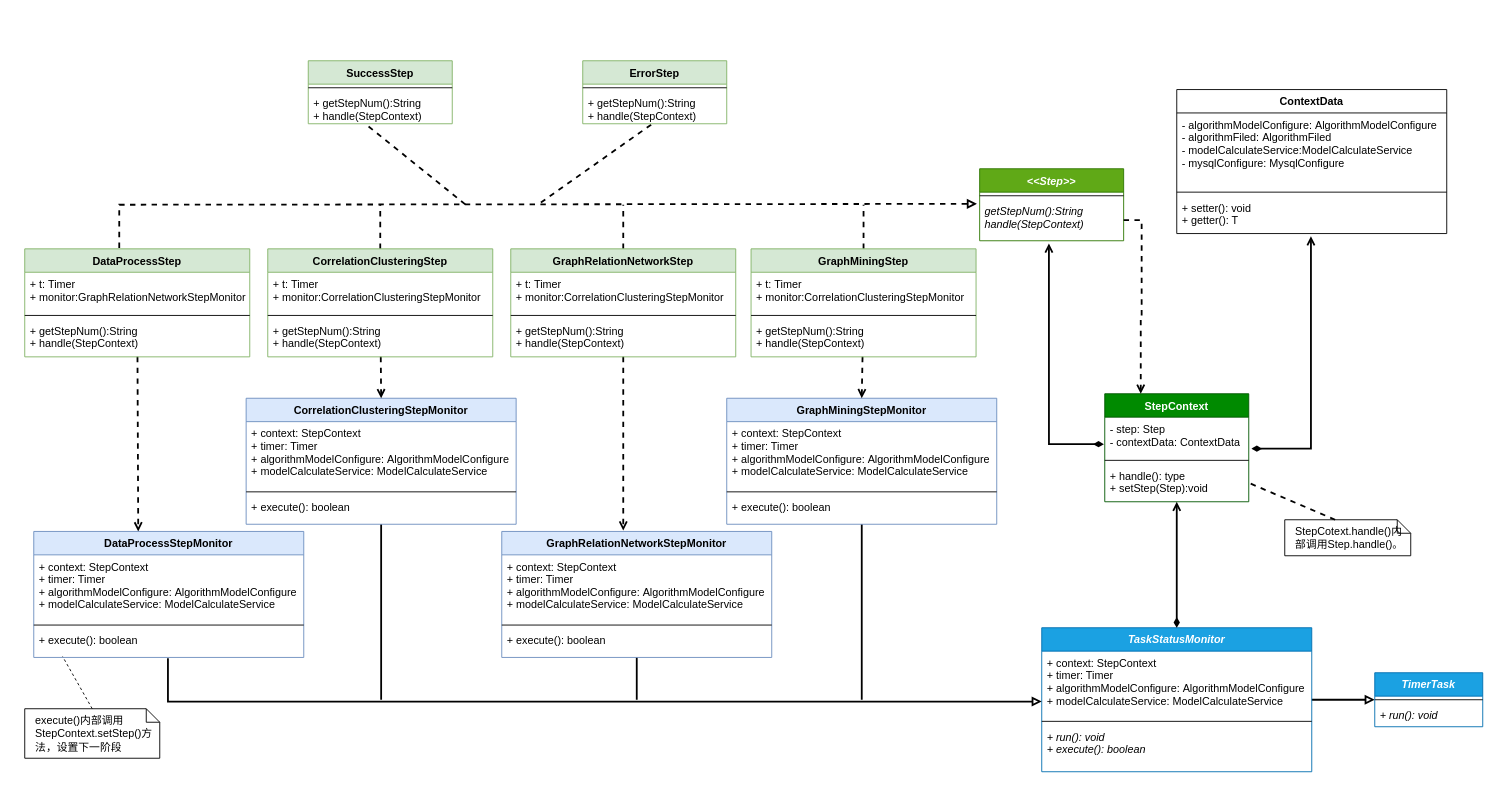
This is nevermore类图2.drawio from gumuqi/draw.io, a draw.io file, before an edit. Source tidied: cells renumbered, new cells numbered last; positions are measured from the earlier drawing's top-left corner, leaving out a move shared by most shapes. Both pictures are drawn from the tidied source at 90%, with x=0, y=0 at pixel (24, 60).
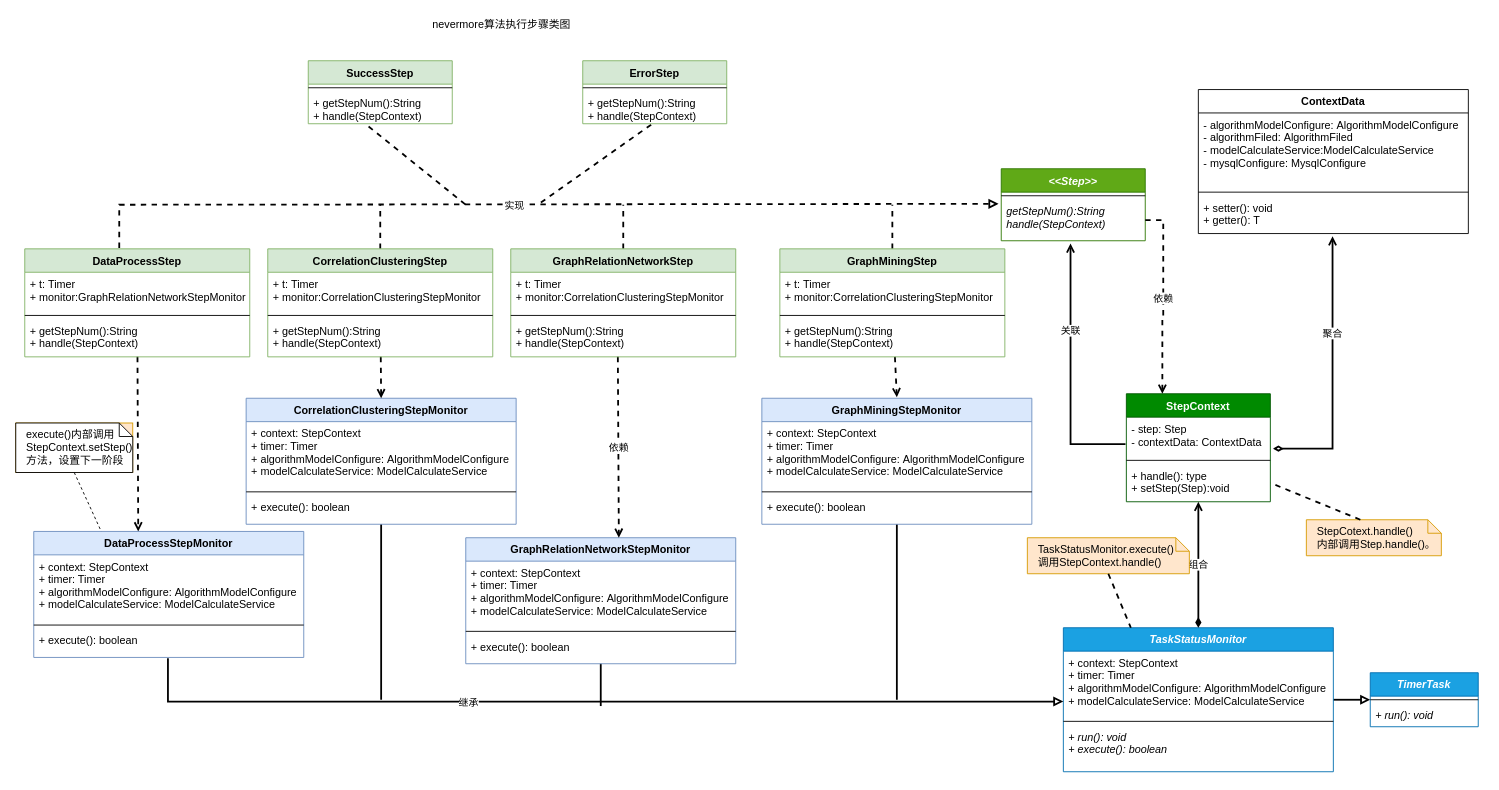
The same page after the edit.

The change refers to these unchanged cells:
```xml
<mxCell id="2" style="rounded=0;jettySize=auto;html=1;dashed=1;endArrow=block;endFill=0;strokeWidth=2;edgeStyle=orthogonalEdgeStyle;exitX=0.42;exitY=-0.008;exitDx=0;exitDy=0;exitPerimeter=0;entryX=-0.019;entryY=0.109;entryDx=0;entryDy=0;entryPerimeter=0;" parent="1" edge="1" source="38" target="18">
  <mxGeometry relative="1" as="geometry">
    <Array as="points">
      <mxPoint x="105" y="160" />
    </Array>
  </mxGeometry>
</mxCell>
<mxCell id="18" value="getStepNum():String&#10;handle(StepContext)" style="text;strokeColor=none;fillColor=none;align=left;verticalAlign=top;spacingLeft=4;spacingRight=4;overflow=hidden;points=[[0,0.5],[1,0.5]];portConstraint=eastwest;fontStyle=2;" parent="16" vertex="1">
  <mxGeometry y="34" width="160" height="46" as="geometry" />
</mxCell>
<mxCell id="20" value="- step: Step&#10;- contextData: ContextData" style="text;strokeColor=none;fillColor=none;align=left;verticalAlign=top;spacingLeft=4;spacingRight=4;overflow=hidden;points=[[0,0.5],[1,0.5]];portConstraint=eastwest;" parent="19" vertex="1">
  <mxGeometry y="26" width="160" height="44" as="geometry" />
</mxCell>
<mxCell id="22" value="+ handle(): type&#10;+ setStep(Step):void" style="text;strokeColor=none;fillColor=none;align=left;verticalAlign=top;spacingLeft=4;spacingRight=4;overflow=hidden;points=[[0,0.5],[1,0.5]];portConstraint=eastwest;" parent="19" vertex="1">
  <mxGeometry y="78" width="160" height="42" as="geometry" />
</mxCell>
<mxCell id="26" value="+ setter(): void&#10;+ getter(): T" style="text;strokeColor=none;fillColor=none;align=left;verticalAlign=top;spacingLeft=4;spacingRight=4;overflow=hidden;points=[[0,0.5],[1,0.5]];portConstraint=eastwest;" parent="23" vertex="1">
  <mxGeometry y="118" width="300" height="42" as="geometry" />
</mxCell>
<mxCell id="36" style="rounded=0;jettySize=auto;html=1;startArrow=none;startFill=0;endArrow=block;endFill=0;strokeWidth=2;exitX=0.497;exitY=1.031;exitDx=0;exitDy=0;exitPerimeter=0;entryX=0;entryY=0.757;entryDx=0;entryDy=0;entryPerimeter=0;edgeStyle=orthogonalEdgeStyle;" parent="1" edge="1" source="45" target="29">
  <mxGeometry relative="1" as="geometry" />
</mxCell>
<mxCell id="42" value="DataProcessStepMonitor" style="swimlane;fontStyle=1;align=center;verticalAlign=top;horizontal=1;startSize=26;fillColor=#dae8fc;strokeColor=#6c8ebf;" parent="1" vertex="1">
  <mxGeometry x="10" y="523" width="300" height="140" as="geometry" />
</mxCell>
<mxCell id="45" value="+ execute(): boolean" style="text;strokeColor=none;fillColor=none;align=left;verticalAlign=top;spacingLeft=4;spacingRight=4;overflow=hidden;points=[[0,0.5],[1,0.5]];portConstraint=eastwest;" parent="42" vertex="1">
  <mxGeometry y="108" width="300" height="32" as="geometry" />
</mxCell>
<mxCell id="67" value="GraphRelationNetworkStep" style="swimlane;fontStyle=1;align=center;verticalAlign=top;horizontal=1;startSize=26;fillColor=#d5e8d4;strokeColor=#82b366;" parent="1" vertex="1">
  <mxGeometry x="540" y="209" width="250" height="120" as="geometry" />
</mxCell>
<mxCell id="70" value="+ getStepNum():String&#10;+ handle(StepContext)" style="text;strokeColor=none;fillColor=none;align=left;verticalAlign=top;spacingLeft=4;spacingRight=4;overflow=hidden;points=[[0,0.5],[1,0.5]];portConstraint=eastwest;" parent="67" vertex="1">
  <mxGeometry y="78" width="250" height="42" as="geometry" />
</mxCell>
```

The edit, as a diff of the source:
```diff
@@
+    <mxCell id="82" value="实现" style="edgeLabel;html=1;align=center;verticalAlign=middle;" parent="2" vertex="1">
+      <mxGeometry x="0.34" y="4" relative="1" as="geometry">
+        <mxPoint x="-200" y="4.7" as="offset" />
+      </mxGeometry>
+    </mxCell>
-    <mxCell id="3" style="rounded=0;jettySize=auto;html=1;entryX=0.481;entryY=1.065;entryDx=0;entryDy=0;endArrow=open;endFill=0;exitX=-0.006;exitY=0.682;exitDx=0;exitDy=0;startArrow=diamondThin;startFill=1;strokeWidth=2;exitPerimeter=0;entryPerimeter=0;edgeStyle=orthogonalEdgeStyle;" parent="1" edge="1" source="20" target="18">
-      <mxGeometry relative="1" as="geometry">
+    <mxCell id="3" value="关联" style="rounded=0;jettySize=auto;html=1;entryX=0.481;entryY=1.065;entryDx=0;entryDy=0;endArrow=open;endFill=0;exitX=-0.006;exitY=0.682;exitDx=0;exitDy=0;startArrow=none;startFill=0;strokeWidth=2;exitPerimeter=0;entryPerimeter=0;edgeStyle=orthogonalEdgeStyle;" parent="1" edge="1" source="20" target="18">
+      <mxGeometry x="0.32" relative="1" as="geometry">
         <Array as="points">
-          <mxPoint x="1138" y="426" />
+          <mxPoint x="1162" y="426" />
         </Array>
       </mxGeometry>
     </mxCell>
-    <mxCell id="4" style="rounded=0;jettySize=auto;html=1;startArrow=diamondThin;startFill=1;endArrow=open;endFill=0;strokeWidth=2;entryX=0.497;entryY=1.071;entryDx=0;entryDy=0;entryPerimeter=0;exitX=1.019;exitY=0.795;exitDx=0;exitDy=0;exitPerimeter=0;edgeStyle=orthogonalEdgeStyle;" parent="1" edge="1" source="20" target="26">
+    <mxCell id="4" style="rounded=0;jettySize=auto;html=1;startArrow=diamondThin;startFill=0;endArrow=open;endFill=0;strokeWidth=2;entryX=0.497;entryY=1.071;entryDx=0;entryDy=0;entryPerimeter=0;exitX=1.019;exitY=0.795;exitDx=0;exitDy=0;exitPerimeter=0;edgeStyle=orthogonalEdgeStyle;" parent="1" edge="1" source="20" target="26">
       <mxGeometry relative="1" as="geometry">
         <Array as="points">
-          <mxPoint x="1429" y="431" />
+          <mxPoint x="1453" y="431" />
         </Array>
       </mxGeometry>
     </mxCell>
+    <mxCell id="83" value="聚合" style="edgeLabel;html=1;align=center;verticalAlign=middle;" parent="4" vertex="1">
+      <mxGeometry x="0.29" y="1" relative="1" as="geometry" />
+    </mxCell>
@@
     <mxCell id="7" style="edgeStyle=orthogonalEdgeStyle;rounded=0;jettySize=auto;html=1;dashed=1;startArrow=none;startFill=0;endArrow=none;endFill=0;strokeWidth=2;exitX=0.5;exitY=0;exitDx=0;exitDy=0;" parent="1" edge="1" source="72">
       <mxGeometry relative="1" as="geometry">
-        <mxPoint x="932" y="160" as="targetPoint" />
+        <mxPoint x="964" y="160" as="targetPoint" />
       </mxGeometry>
     </mxCell>
@@
     <mxCell id="16" value="&lt;&lt;Step&gt;&gt;" style="swimlane;fontStyle=3;align=center;verticalAlign=top;horizontal=1;startSize=26;fillColor=#60a917;strokeColor=#2D7600;fontColor=#ffffff;" parent="1" vertex="1">
-      <mxGeometry x="1061" y="120" width="160" height="80" as="geometry" />
+      <mxGeometry x="1085" y="120" width="160" height="80" as="geometry" />
     </mxCell>
@@
     <mxCell id="19" value="StepContext" style="swimlane;fontStyle=1;align=center;verticalAlign=top;horizontal=1;startSize=26;fillColor=#008a00;strokeColor=#005700;fontColor=#ffffff;" parent="1" vertex="1">
-      <mxGeometry x="1200" y="370" width="160" height="120" as="geometry" />
+      <mxGeometry x="1224" y="370" width="160" height="120" as="geometry" />
     </mxCell>
@@
     <mxCell id="23" value="ContextData" style="swimlane;fontStyle=1;align=center;verticalAlign=top;horizontal=1;startSize=26;" parent="1" vertex="1">
-      <mxGeometry x="1280" y="32" width="300" height="160" as="geometry" />
+      <mxGeometry x="1304" y="32" width="300" height="160" as="geometry" />
     </mxCell>
@@
     <mxCell id="28" value="TaskStatusMonitor" style="swimlane;fontStyle=3;align=center;verticalAlign=top;horizontal=1;startSize=26;fillColor=#1ba1e2;strokeColor=#006EAF;fontColor=#ffffff;" parent="1" vertex="1">
-      <mxGeometry x="1130" y="630" width="300" height="160" as="geometry" />
+      <mxGeometry x="1154" y="630" width="300" height="160" as="geometry" />
     </mxCell>
@@
     <mxCell id="32" value="TimerTask" style="swimlane;fontStyle=3;align=center;verticalAlign=top;horizontal=1;startSize=26;fillColor=#1ba1e2;strokeColor=#006EAF;fontColor=#ffffff;" parent="1" vertex="1">
-      <mxGeometry x="1500" y="680" width="120" height="60" as="geometry" />
+      <mxGeometry x="1495" y="680" width="120" height="60" as="geometry" />
     </mxCell>
@@
-    <mxCell id="35" style="rounded=0;jettySize=auto;html=1;entryX=0.5;entryY=1;entryDx=0;entryDy=0;entryPerimeter=0;startArrow=diamondThin;startFill=1;endArrow=open;endFill=0;strokeWidth=2;exitX=0.5;exitY=0;exitDx=0;exitDy=0;edgeStyle=orthogonalEdgeStyle;" parent="1" edge="1" source="28" target="22">
-      <mxGeometry relative="1" as="geometry" />
+    <mxCell id="35" value="组合" style="rounded=0;jettySize=auto;html=1;entryX=0.5;entryY=1;entryDx=0;entryDy=0;entryPerimeter=0;startArrow=diamondThin;startFill=1;endArrow=open;endFill=0;strokeWidth=2;exitX=0.5;exitY=0;exitDx=0;exitDy=0;edgeStyle=orthogonalEdgeStyle;" parent="1" edge="1" source="28" target="22">
+      <mxGeometry relative="1" as="geometry">
+        <Array as="points">
+          <mxPoint x="1304" y="560" />
+          <mxPoint x="1304" y="560" />
+        </Array>
+      </mxGeometry>
     </mxCell>
@@
+    <mxCell id="84" value="继承" style="edgeLabel;html=1;align=center;verticalAlign=middle;" parent="36" vertex="1">
+      <mxGeometry x="-0.27" relative="1" as="geometry" />
+    </mxCell>
@@
     <mxCell id="51" style="edgeStyle=none;rounded=0;jettySize=auto;html=1;endArrow=none;endFill=0;strokeWidth=2;" parent="1" edge="1" source="52">
       <mxGeometry relative="1" as="geometry">
-        <mxPoint x="680" y="710" as="targetPoint" />
+        <mxPoint x="640" y="717" as="targetPoint" />
       </mxGeometry>
     </mxCell>
     <mxCell id="52" value="GraphRelationNetworkStepMonitor" style="swimlane;fontStyle=1;align=center;verticalAlign=top;horizontal=1;startSize=26;fillColor=#dae8fc;strokeColor=#6c8ebf;" parent="1" vertex="1">
-      <mxGeometry x="530" y="523" width="300" height="140" as="geometry" />
+      <mxGeometry x="490" y="530" width="300" height="140" as="geometry" />
     </mxCell>
@@
     <mxCell id="56" style="edgeStyle=none;rounded=0;jettySize=auto;html=1;endArrow=none;endFill=0;strokeWidth=2;" parent="1" edge="1" source="57">
       <mxGeometry relative="1" as="geometry">
-        <mxPoint x="930" y="710" as="targetPoint" />
+        <mxPoint x="969" y="710" as="targetPoint" />
       </mxGeometry>
     </mxCell>
     <mxCell id="57" value="GraphMiningStepMonitor" style="swimlane;fontStyle=1;align=center;verticalAlign=top;horizontal=1;startSize=26;fillColor=#dae8fc;strokeColor=#6c8ebf;" parent="1" vertex="1">
-      <mxGeometry x="780" y="375" width="300" height="140" as="geometry" />
+      <mxGeometry x="819" y="375" width="300" height="140" as="geometry" />
     </mxCell>
@@
-    <mxCell id="66" style="edgeStyle=none;rounded=0;jettySize=auto;html=1;dashed=1;endArrow=open;endFill=0;strokeWidth=2;entryX=0.45;entryY=-0.007;entryDx=0;entryDy=0;entryPerimeter=0;" parent="1" edge="1" source="67" target="52">
+    <mxCell id="66" value="依赖" style="edgeStyle=none;rounded=0;jettySize=auto;html=1;dashed=1;endArrow=open;endFill=0;strokeWidth=2;entryX=0.567;entryY=0;entryDx=0;entryDy=0;entryPerimeter=0;exitX=0.476;exitY=1;exitDx=0;exitDy=0;exitPerimeter=0;" parent="1" edge="1" source="70" target="52">
       <mxGeometry relative="1" as="geometry" />
     </mxCell>
@@
-    <mxCell id="71" style="edgeStyle=none;rounded=0;jettySize=auto;html=1;entryX=0.5;entryY=0;entryDx=0;entryDy=0;dashed=1;endArrow=open;endFill=0;strokeWidth=2;" parent="1" edge="1" source="72" target="57">
-      <mxGeometry relative="1" as="geometry" />
+    <mxCell id="71" style="edgeStyle=none;rounded=0;jettySize=auto;html=1;dashed=1;endArrow=open;endFill=0;strokeWidth=2;" parent="1" edge="1" source="72">
+      <mxGeometry relative="1" as="geometry">
+        <mxPoint x="969" y="374" as="targetPoint" />
+      </mxGeometry>
     </mxCell>
     <mxCell id="72" value="GraphMiningStep" style="swimlane;fontStyle=1;align=center;verticalAlign=top;horizontal=1;startSize=26;fillColor=#d5e8d4;strokeColor=#82b366;" parent="1" vertex="1">
-      <mxGeometry x="807" y="209" width="250" height="120" as="geometry" />
+      <mxGeometry x="839" y="209" width="250" height="120" as="geometry" />
     </mxCell>
@@
-    <mxCell id="76" style="group;" parent="1" vertex="1">
-      <mxGeometry y="720" width="150" height="55" as="geometry" />
+    <mxCell id="76" style="group;fillColor=#ffe6cc;strokeColor=#d79b00;" parent="1" vertex="1">
+      <mxGeometry x="-10" y="402.5" width="130" height="55" as="geometry" />
     </mxCell>
     <mxCell id="77" value="execute()内部调用StepContext.setStep()方法，设置下一阶段" style="shape=note;size=15;align=left;spacingLeft=10;html=1;whiteSpace=wrap;rounded=1;" parent="76" vertex="1">
-      <mxGeometry width="150" height="55" as="geometry" />
+      <mxGeometry width="130" height="55" as="geometry" />
     </mxCell>
-    <mxCell id="78" style="edgeStyle=none;endArrow=none;exitX=0.5;exitY=0;dashed=1;html=1;entryX=0.107;entryY=0.969;entryDx=0;entryDy=0;entryPerimeter=0;exitDx=0;exitDy=0;exitPerimeter=0;" parent="76" edge="1" source="77" target="45">
-      <mxGeometry x="1" relative="1" as="geometry" />
-    </mxCell>
-    <mxCell id="79" style="rounded=0;jettySize=auto;html=1;entryX=0.25;entryY=0;entryDx=0;entryDy=0;endArrow=open;endFill=0;strokeWidth=2;exitX=1;exitY=0.5;exitDx=0;exitDy=0;dashed=1;edgeStyle=orthogonalEdgeStyle;" parent="1" edge="1" source="18" target="19">
+    <mxCell id="79" value="依赖" style="rounded=0;jettySize=auto;html=1;entryX=0.25;entryY=0;entryDx=0;entryDy=0;endArrow=open;endFill=0;strokeWidth=2;exitX=1;exitY=0.5;exitDx=0;exitDy=0;dashed=1;edgeStyle=orthogonalEdgeStyle;" parent="1" edge="1" source="18" target="19">
       <mxGeometry relative="1" as="geometry" />
     </mxCell>
-    <mxCell id="80" value="StepCotext.handle()内部调用Step.handle()。" style="shape=note;size=15;align=left;spacingLeft=10;html=1;whiteSpace=wrap;rounded=1;" parent="1" vertex="1">
-      <mxGeometry x="1400" y="510" width="140" height="40" as="geometry" />
+    <mxCell id="80" value="StepCotext.handle()&lt;br&gt;内部调用Step.handle()。" style="shape=note;size=15;align=left;spacingLeft=10;html=1;whiteSpace=wrap;rounded=1;fillColor=#ffe6cc;strokeColor=#d79b00;" parent="1" vertex="1">
+      <mxGeometry x="1424" y="510" width="150" height="40" as="geometry" />
     </mxCell>
@@
+    <mxCell id="85" value="TaskStatusMonitor.execute()&lt;br&gt;调用StepContext.handle()" style="shape=note;size=15;align=left;spacingLeft=10;html=1;whiteSpace=wrap;rounded=1;fillColor=#ffe6cc;strokeColor=#d79b00;" parent="1" vertex="1">
+      <mxGeometry x="1114" y="530" width="180" height="40" as="geometry" />
+    </mxCell>
+    <mxCell id="86" style="edgeStyle=none;endArrow=none;exitX=0.5;exitY=1;dashed=1;html=1;strokeWidth=2;exitDx=0;exitDy=0;exitPerimeter=0;entryX=0.25;entryY=0;entryDx=0;entryDy=0;" parent="1" edge="1" source="85" target="28">
+      <mxGeometry x="1" relative="1" as="geometry" />
+    </mxCell>
+    <mxCell id="78" style="edgeStyle=none;endArrow=none;exitX=0.5;exitY=1;dashed=1;html=1;entryX=0.25;entryY=0;entryDx=0;entryDy=0;exitDx=0;exitDy=0;exitPerimeter=0;" parent="1" edge="1" source="77" target="42">
+      <mxGeometry x="1" relative="1" as="geometry" />
+    </mxCell>
+    <mxCell id="87" value="nevermore算法执行步骤类图" style="text;html=1;strokeColor=none;fillColor=none;align=center;verticalAlign=middle;whiteSpace=wrap;rounded=0;" parent="1" vertex="1">
+      <mxGeometry x="440" y="-50" width="180" height="20" as="geometry" />
+    </mxCell>
```
